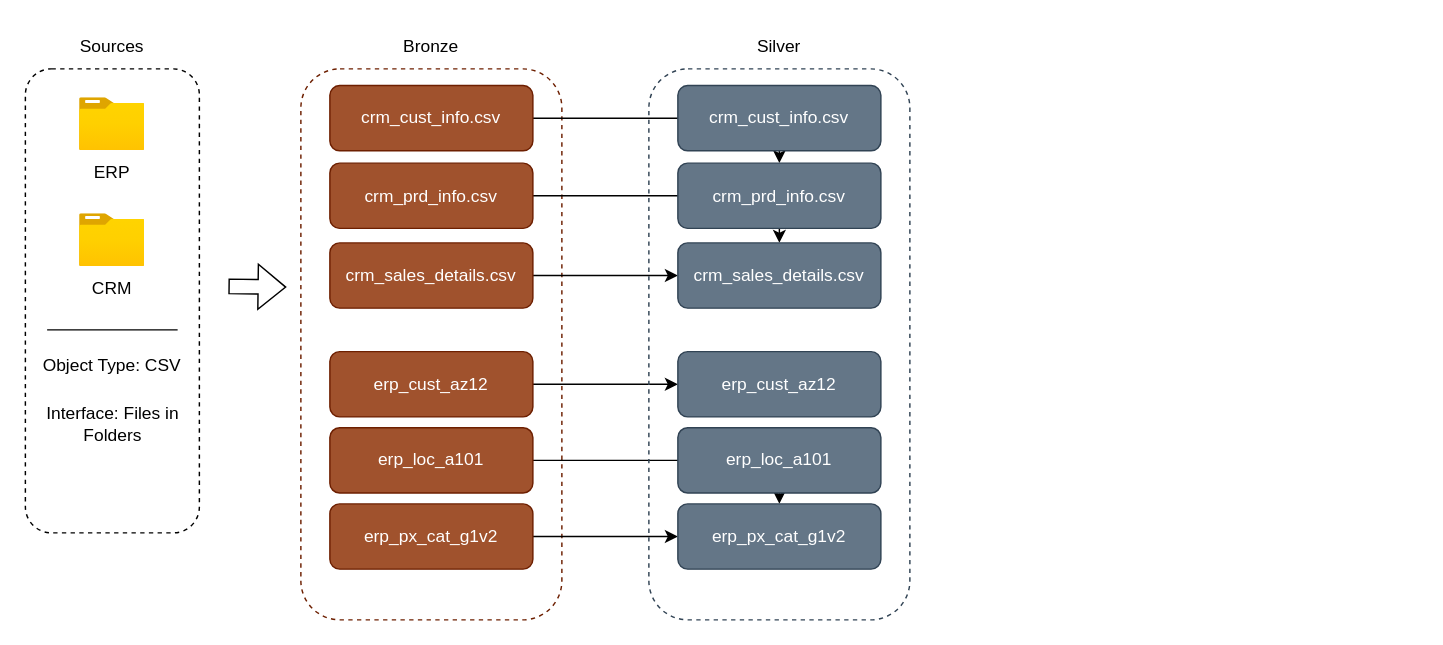
Before: docs/DWH_data_flow.drawio in KJ-Work-Git/SQL-DWH-Project, a draw.io diagram. Source tidied: cells renumbered, new cells numbered last; positions are measured from the earlier drawing's top-left corner, leaving out a move shared by most shapes. Both pictures are drawn from the tidied source at 145%, with x=0, y=0 at pixel (25, 25).
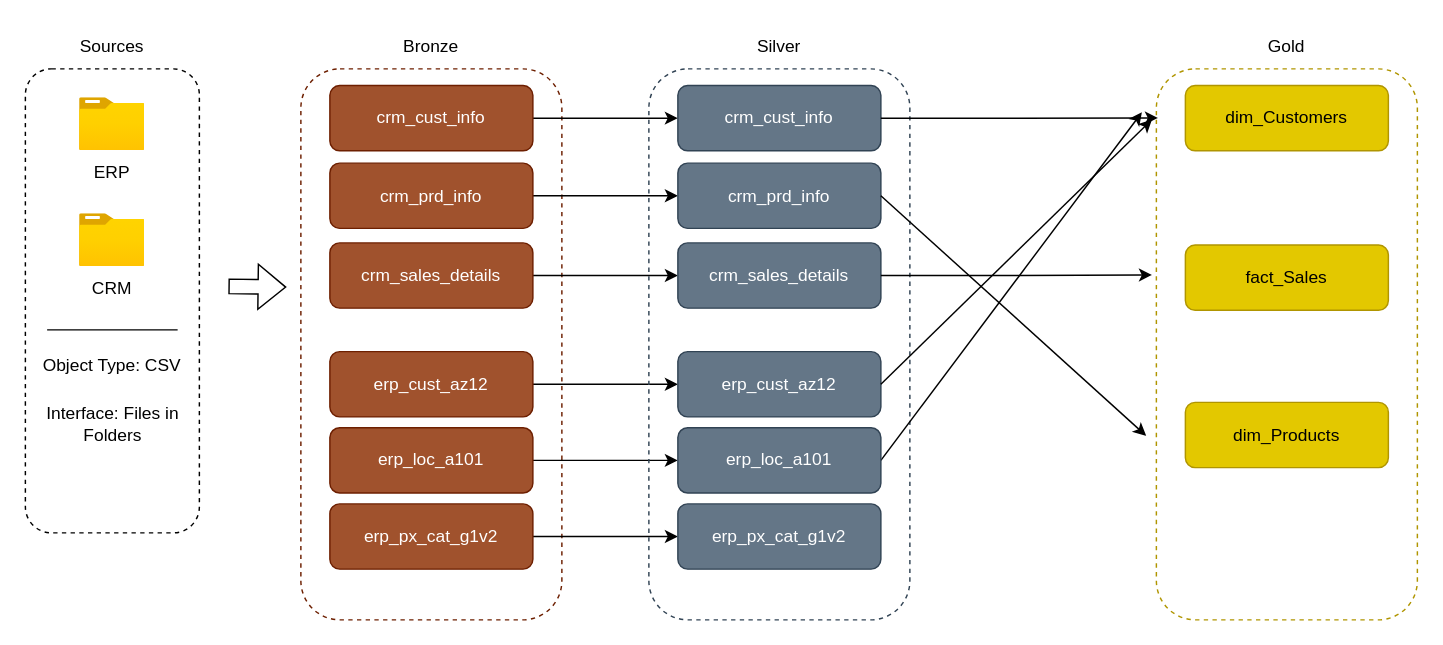
The same page after the edit.

Unchanged cells that the change refers to:
```xml
<mxCell id="21" value="erp_loc_a101" style="rounded=1;whiteSpace=wrap;html=1;fillColor=#a0522d;fontColor=#ffffff;strokeColor=#6D1F00;" parent="1" vertex="1">
  <mxGeometry x="210" y="277.5" width="140" height="45" as="geometry" />
</mxCell>
<mxCell id="31" value="erp_loc_a101" style="rounded=1;whiteSpace=wrap;html=1;fillColor=#647687;strokeColor=#314354;fontColor=#ffffff;" parent="1" vertex="1">
  <mxGeometry x="450" y="277.5" width="140" height="45" as="geometry" />
</mxCell>
<mxCell id="32" value="erp_cust_az12" style="rounded=1;whiteSpace=wrap;html=1;fillColor=#647687;strokeColor=#314354;fontColor=#ffffff;" parent="1" vertex="1">
  <mxGeometry x="450" y="225" width="140" height="45" as="geometry" />
</mxCell>
<mxCell id="33" value="erp_px_cat_g1v2" style="rounded=1;whiteSpace=wrap;html=1;fillColor=#647687;strokeColor=#314354;fontColor=#ffffff;" parent="1" vertex="1">
  <mxGeometry x="450" y="330" width="140" height="45" as="geometry" />
</mxCell>
```

The edit, as a diff of the source:
```diff
@@
-    <mxCell id="14" style="edgeStyle=orthogonalEdgeStyle;rounded=0;jettySize=auto;html=1;" parent="1" edge="1" source="15" target="29">
-      <mxGeometry relative="1" as="geometry" />
-    </mxCell>
+    <mxCell id="34" style="edgeStyle=orthogonalEdgeStyle;rounded=0;jettySize=auto;html=1;entryX=0;entryY=0.5;entryDx=0;entryDy=0;" parent="1" edge="1" source="15" target="28">
+      <mxGeometry relative="1" as="geometry" />
+    </mxCell>
-    <mxCell id="15" value="crm_cust_info.csv" style="rounded=1;whiteSpace=wrap;html=1;fillColor=#a0522d;fontColor=#ffffff;strokeColor=#6D1F00;" parent="1" vertex="1">
+    <mxCell id="15" value="crm_cust_info" style="rounded=1;whiteSpace=wrap;html=1;fillColor=#a0522d;fontColor=#ffffff;strokeColor=#6D1F00;" parent="1" vertex="1">
       <mxGeometry x="210" y="41.5" width="140" height="45" as="geometry" />
     </mxCell>
-    <mxCell id="16" style="edgeStyle=orthogonalEdgeStyle;rounded=0;jettySize=auto;html=1;" parent="1" edge="1" source="17" target="30">
-      <mxGeometry relative="1" as="geometry" />
-    </mxCell>
+    <mxCell id="35" style="edgeStyle=orthogonalEdgeStyle;rounded=0;jettySize=auto;html=1;entryX=0;entryY=0.5;entryDx=0;entryDy=0;" parent="1" edge="1" source="17">
+      <mxGeometry relative="1" as="geometry">
+        <mxPoint x="450" y="117.5" as="targetPoint" />
+      </mxGeometry>
+    </mxCell>
-    <mxCell id="17" value="crm_prd_info.csv" style="rounded=1;whiteSpace=wrap;html=1;fillColor=#a0522d;fontColor=#ffffff;strokeColor=#6D1F00;" parent="1" vertex="1">
+    <mxCell id="17" value="crm_prd_info" style="rounded=1;whiteSpace=wrap;html=1;fillColor=#a0522d;fontColor=#ffffff;strokeColor=#6D1F00;" parent="1" vertex="1">
       <mxGeometry x="210" y="95" width="140" height="45" as="geometry" />
     </mxCell>
@@
-    <mxCell id="19" value="crm_sales_details.csv" style="rounded=1;whiteSpace=wrap;html=1;fillColor=#a0522d;fontColor=#ffffff;strokeColor=#6D1F00;" parent="1" vertex="1">
+    <mxCell id="19" value="crm_sales_details" style="rounded=1;whiteSpace=wrap;html=1;fillColor=#a0522d;fontColor=#ffffff;strokeColor=#6D1F00;" parent="1" vertex="1">
       <mxGeometry x="210" y="150" width="140" height="45" as="geometry" />
     </mxCell>
-    <mxCell id="20" style="edgeStyle=orthogonalEdgeStyle;rounded=0;jettySize=auto;html=1;" parent="1" edge="1" source="21" target="33">
-      <mxGeometry relative="1" as="geometry" />
-    </mxCell>
+    <mxCell id="36" style="edgeStyle=orthogonalEdgeStyle;rounded=0;jettySize=auto;html=1;entryX=0;entryY=0.5;entryDx=0;entryDy=0;" parent="1" edge="1" source="21" target="31">
+      <mxGeometry relative="1" as="geometry" />
+    </mxCell>
@@
-    <mxCell id="28" value="crm_cust_info.csv" style="rounded=1;whiteSpace=wrap;html=1;fillColor=#647687;strokeColor=#314354;fontColor=#ffffff;" parent="1" vertex="1">
+    <mxCell id="28" value="crm_cust_info" style="rounded=1;whiteSpace=wrap;html=1;fillColor=#647687;strokeColor=#314354;fontColor=#ffffff;" parent="1" vertex="1">
       <mxGeometry x="450" y="41.5" width="140" height="45" as="geometry" />
     </mxCell>
-    <mxCell id="29" value="crm_prd_info.csv" style="rounded=1;whiteSpace=wrap;html=1;fillColor=#647687;strokeColor=#314354;fontColor=#ffffff;" parent="1" vertex="1">
-      <mxGeometry x="450" y="95" width="140" height="45" as="geometry" />
-    </mxCell>
-    <mxCell id="30" value="crm_sales_details.csv" style="rounded=1;whiteSpace=wrap;html=1;fillColor=#647687;strokeColor=#314354;fontColor=#ffffff;" parent="1" vertex="1">
+    <mxCell id="30" value="crm_sales_details" style="rounded=1;whiteSpace=wrap;html=1;fillColor=#647687;strokeColor=#314354;fontColor=#ffffff;" parent="1" vertex="1">
       <mxGeometry x="450" y="150" width="140" height="45" as="geometry" />
     </mxCell>
+    <mxCell id="37" style="rounded=0;jettySize=auto;html=1;exitX=1;exitY=0.5;exitDx=0;exitDy=0;" parent="1" edge="1" source="31">
+      <mxGeometry relative="1" as="geometry">
+        <mxPoint x="770" y="60" as="targetPoint" />
+      </mxGeometry>
+    </mxCell>
@@
+    <mxCell id="38" value="crm_prd_info" style="rounded=1;whiteSpace=wrap;html=1;fillColor=#647687;strokeColor=#314354;fontColor=#ffffff;" parent="1" vertex="1">
+      <mxGeometry x="450" y="95" width="140" height="45" as="geometry" />
+    </mxCell>
+    <mxCell id="39" value="Gold" style="text;html=1;whiteSpace=wrap;strokeColor=none;fillColor=none;align=center;verticalAlign=middle;rounded=0;" parent="1" vertex="1">
+      <mxGeometry x="840" width="60" height="30" as="geometry" />
+    </mxCell>
+    <mxCell id="40" value="fact_Sales" style="rounded=1;whiteSpace=wrap;html=1;fillColor=#e3c800;strokeColor=#B09500;fontColor=#000000;" parent="1" vertex="1">
+      <mxGeometry x="800" y="151.5" width="140" height="45" as="geometry" />
+    </mxCell>
+    <mxCell id="41" value="dim_Products" style="rounded=1;whiteSpace=wrap;html=1;fillColor=#e3c800;strokeColor=#B09500;fontColor=#000000;" parent="1" vertex="1">
+      <mxGeometry x="800" y="260" width="140" height="45" as="geometry" />
+    </mxCell>
+    <mxCell id="42" value="dim_Customers" style="rounded=1;whiteSpace=wrap;html=1;fillColor=#e3c800;strokeColor=#B09500;fontColor=#000000;" parent="1" vertex="1">
+      <mxGeometry x="800" y="41.5" width="140" height="45" as="geometry" />
+    </mxCell>
+    <mxCell id="43" style="rounded=1;whiteSpace=wrap;html=1;dashed=1;fillColor=none;strokeColor=#B09500;fillStyle=dashed;fontColor=#000000;" parent="1" vertex="1">
+      <mxGeometry x="780" y="30" width="180" height="380" as="geometry" />
+    </mxCell>
+    <mxCell id="44" style="edgeStyle=orthogonalEdgeStyle;rounded=0;jettySize=auto;html=1;entryX=0.006;entryY=0.089;entryDx=0;entryDy=0;entryPerimeter=0;" parent="1" edge="1" source="28" target="43">
+      <mxGeometry relative="1" as="geometry" />
+    </mxCell>
+    <mxCell id="45" style="rounded=0;jettySize=auto;html=1;entryX=-0.039;entryY=0.666;entryDx=0;entryDy=0;entryPerimeter=0;exitX=1;exitY=0.5;exitDx=0;exitDy=0;" parent="1" edge="1" source="38" target="43">
+      <mxGeometry relative="1" as="geometry" />
+    </mxCell>
+    <mxCell id="46" style="edgeStyle=orthogonalEdgeStyle;rounded=0;jettySize=auto;html=1;entryX=-0.017;entryY=0.374;entryDx=0;entryDy=0;entryPerimeter=0;" parent="1" edge="1" source="30" target="43">
+      <mxGeometry relative="1" as="geometry" />
+    </mxCell>
+    <mxCell id="47" style="rounded=0;jettySize=auto;html=1;entryX=-0.017;entryY=0.092;entryDx=0;entryDy=0;entryPerimeter=0;exitX=1;exitY=0.5;exitDx=0;exitDy=0;" parent="1" edge="1" source="32" target="43">
+      <mxGeometry relative="1" as="geometry" />
+    </mxCell>
```
